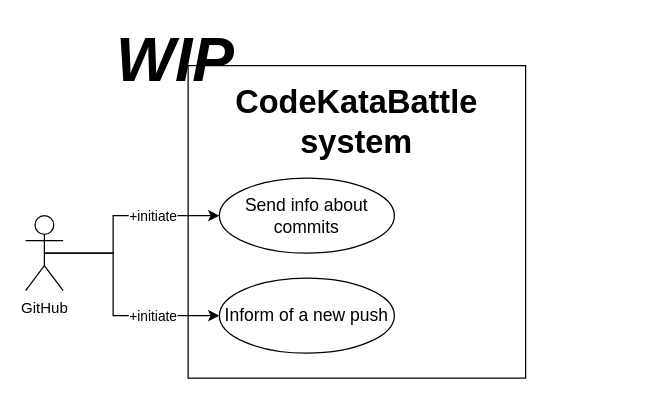
This is RASDwip/ExtraFiles/Drawio/CaseDiagramGitHub.drawio from francescospangaro/SpangaroTosettiRiccardi, a draw.io file, before an edit. Source tidied: cells renumbered, new cells numbered last; positions are measured from the earlier drawing's top-left corner, leaving out a move shared by most shapes. Both pictures are drawn from the tidied source at 125%, with x=0, y=0 at pixel (25, 40).
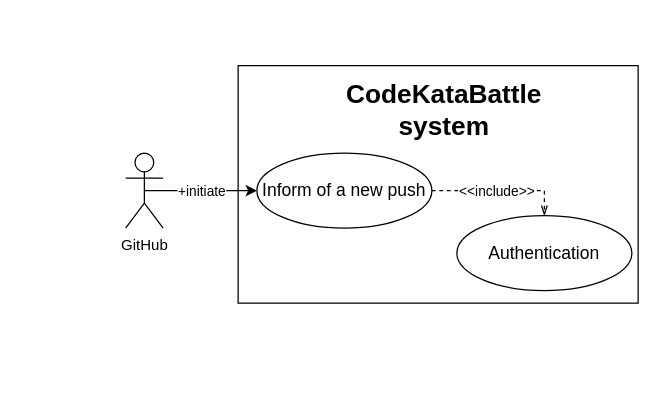
The same diagram, later.

Commit message (it also covers changes not shown here):
GitHub use case diagram updated and minor fixes

What changed in the source:
```diff
@@
 <mxGraphModel>
   <root>
     <mxCell id="0" />
     <mxCell id="1" parent="0" />
     <mxCell id="2" style="rounded=0;whiteSpace=wrap;html=1;" parent="1" vertex="1">
-      <mxGeometry x="130" y="20" width="270" height="250" as="geometry" />
+      <mxGeometry x="170" y="20" width="320" height="190" as="geometry" />
     </mxCell>
-    <mxCell id="3" value="CodeKataBattle system" style="text;html=1;strokeColor=none;fillColor=none;align=center;verticalAlign=middle;whiteSpace=wrap;rounded=0;fontSize=26;fontStyle=1;" parent="1" vertex="1">
-      <mxGeometry x="235" y="50" width="60" height="30" as="geometry" />
+    <mxCell id="3" value="CodeKataBattle system" style="text;html=1;strokeColor=none;fillColor=none;align=center;verticalAlign=middle;whiteSpace=wrap;rounded=0;fontSize=21;fontStyle=1;" parent="1" vertex="1">
+      <mxGeometry x="305" y="40" width="60" height="30" as="geometry" />
     </mxCell>
-    <mxCell id="4" value="Send info about commits" style="ellipse;whiteSpace=wrap;html=1;fontSize=14;" parent="1" vertex="1">
-      <mxGeometry x="155" y="110" width="140" height="60" as="geometry" />
-    </mxCell>
+    <mxCell id="12" style="edgeStyle=orthogonalEdgeStyle;rounded=0;jettySize=auto;html=1;exitX=1;exitY=0.5;exitDx=0;exitDy=0;entryX=0.5;entryY=0;entryDx=0;entryDy=0;dashed=1;endArrow=openThin;endFill=0;" parent="1" edge="1" source="5" target="14">
+      <mxGeometry relative="1" as="geometry" />
+    </mxCell>
+    <mxCell id="13" value="&amp;lt;&amp;lt;include&amp;gt;&amp;gt;" style="edgeLabel;html=1;align=center;verticalAlign=middle;" parent="12" vertex="1">
+      <mxGeometry x="-0.07" relative="1" as="geometry" />
+    </mxCell>
     <mxCell id="5" value="Inform of a new push" style="ellipse;whiteSpace=wrap;html=1;fontSize=14;" parent="1" vertex="1">
-      <mxGeometry x="155" y="190" width="140" height="60" as="geometry" />
+      <mxGeometry x="185" y="90" width="140" height="60" as="geometry" />
     </mxCell>
-    <mxCell id="6" style="edgeStyle=orthogonalEdgeStyle;rounded=0;jettySize=auto;html=1;exitX=0.5;exitY=0.5;exitDx=0;exitDy=0;exitPerimeter=0;entryX=0;entryY=0.5;entryDx=0;entryDy=0;" parent="1" edge="1" source="10" target="4">
-      <mxGeometry relative="1" as="geometry">
-        <Array as="points">
-          <mxPoint x="70" y="170" />
-          <mxPoint x="70" y="140" />
-        </Array>
-      </mxGeometry>
-    </mxCell>
-    <mxCell id="7" value="+initiate" style="edgeLabel;html=1;align=center;verticalAlign=middle;" parent="6" vertex="1">
-      <mxGeometry x="0.37" relative="1" as="geometry" />
-    </mxCell>
-    <mxCell id="8" style="edgeStyle=orthogonalEdgeStyle;rounded=0;jettySize=auto;html=1;exitX=0.5;exitY=0.5;exitDx=0;exitDy=0;exitPerimeter=0;entryX=0;entryY=0.5;entryDx=0;entryDy=0;" parent="1" edge="1" source="10" target="5">
-      <mxGeometry relative="1" as="geometry">
-        <Array as="points">
-          <mxPoint x="70" y="170" />
-          <mxPoint x="70" y="220" />
-        </Array>
-      </mxGeometry>
+    <mxCell id="8" style="edgeStyle=orthogonalEdgeStyle;rounded=0;jettySize=auto;html=1;entryX=0;entryY=0.5;entryDx=0;entryDy=0;exitX=0.5;exitY=0.5;exitDx=0;exitDy=0;exitPerimeter=0;" parent="1" edge="1" source="10" target="5">
+      <mxGeometry relative="1" as="geometry" />
     </mxCell>
     <mxCell id="9" value="+initiate" style="edgeLabel;html=1;align=center;verticalAlign=middle;" parent="8" vertex="1">
       <mxGeometry x="0.4" relative="1" as="geometry">
-        <mxPoint x="3" as="offset" />
+        <mxPoint x="-18" as="offset" />
       </mxGeometry>
     </mxCell>
     <mxCell id="10" value="GitHub" style="shape=umlActor;verticalLabelPosition=bottom;verticalAlign=top;html=1;outlineConnect=0;" parent="1" vertex="1">
-      <mxGeometry y="140" width="30" height="60" as="geometry" />
+      <mxGeometry x="80" y="90" width="30" height="60" as="geometry" />
     </mxCell>
-    <mxCell id="11" value="WIP" style="text;html=1;strokeColor=none;fillColor=none;align=center;verticalAlign=middle;whiteSpace=wrap;rounded=0;fontSize=50;fontStyle=3;" parent="1" vertex="1">
-      <mxGeometry x="90" width="60" height="30" as="geometry" />
-    </mxCell>
+    <mxCell id="14" value="Authentication" style="ellipse;whiteSpace=wrap;html=1;fontSize=14;" parent="1" vertex="1">
+      <mxGeometry x="345" y="140" width="140" height="60" as="geometry" />
+    </mxCell>
   </root>
 </mxGraphModel>
```
